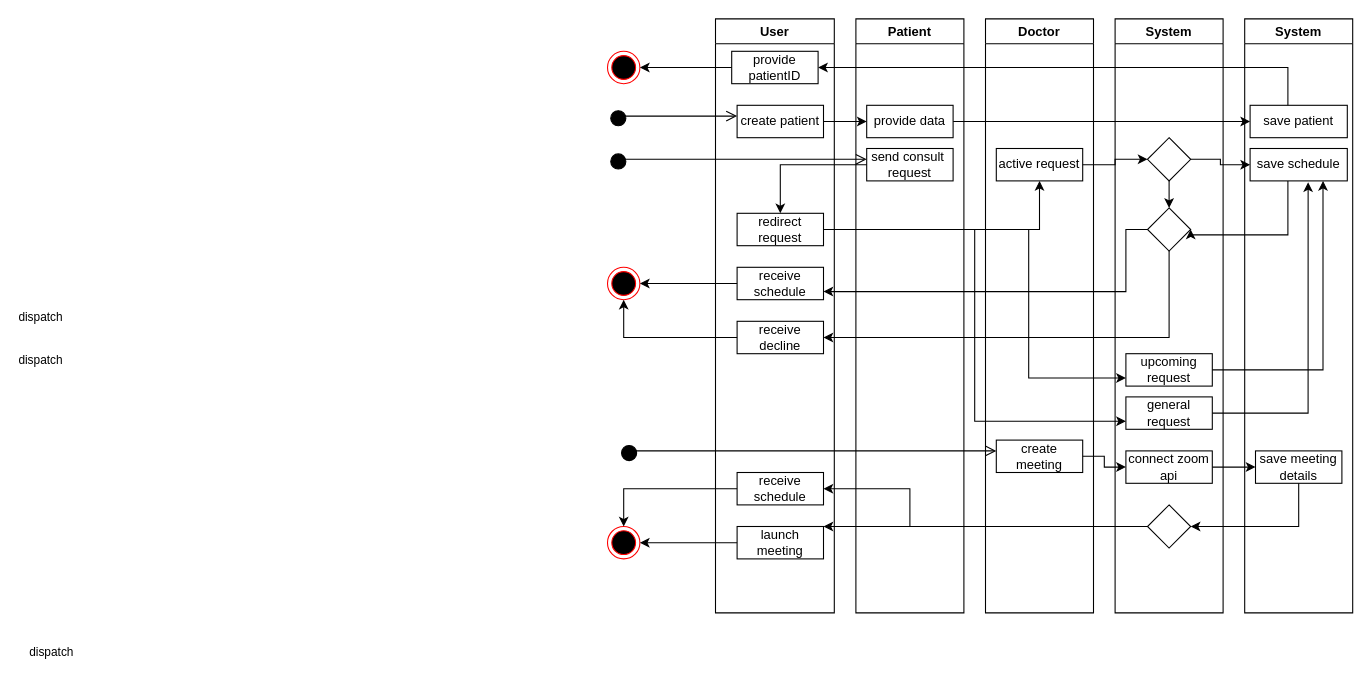
The draw.io diagram Swimlane diagram.drawio in souravbiswassanto/Projects, before the edit. Source tidied: cells renumbered, new cells numbered last; positions are measured from the earlier drawing's top-left corner, leaving out a move shared by most shapes. Both pictures are drawn from the tidied source at 108%, with x=0, y=0 at pixel (607, 18).
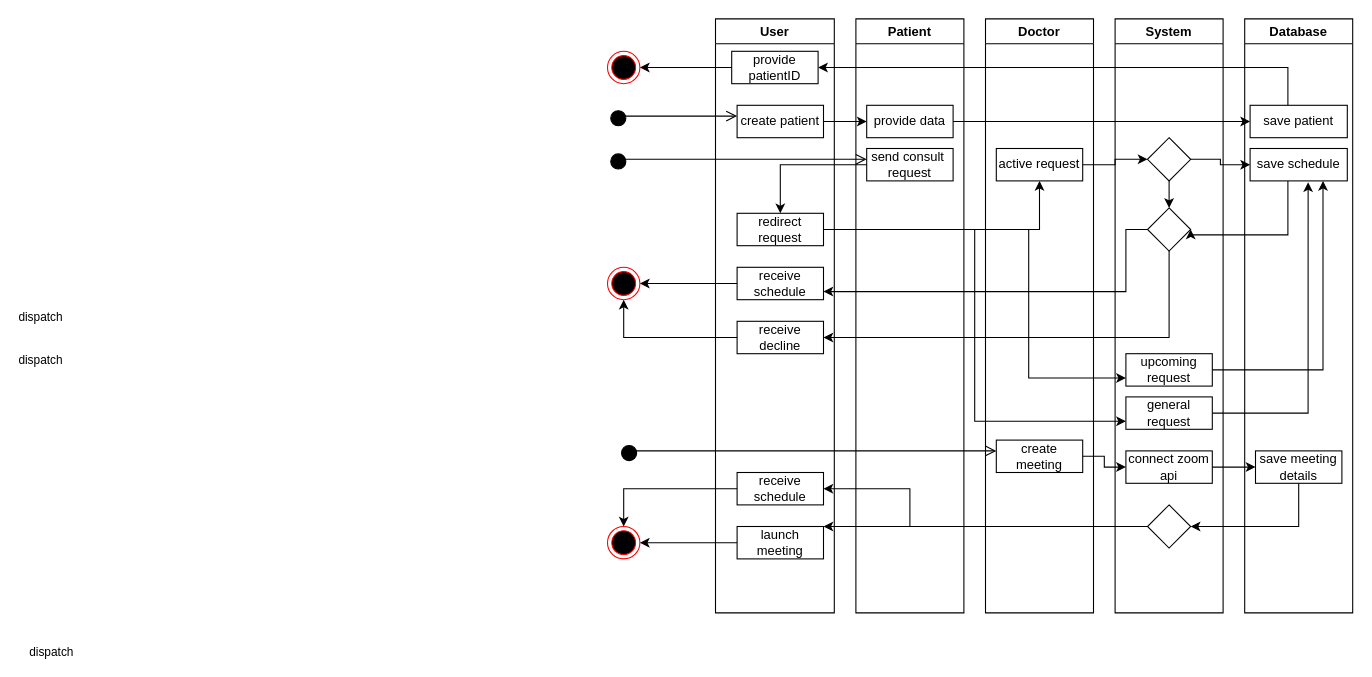
The same page after the edit.

Diff of the diagram source:
```diff
@@
-    <mxCell id="24" value="System" style="swimlane;whiteSpace=wrap;html=1;" parent="1" vertex="1">
+    <mxCell id="24" value="Database" style="swimlane;whiteSpace=wrap;html=1;" parent="1" vertex="1">
       <mxGeometry x="590" width="100" height="550" as="geometry" />
     </mxCell>
```
